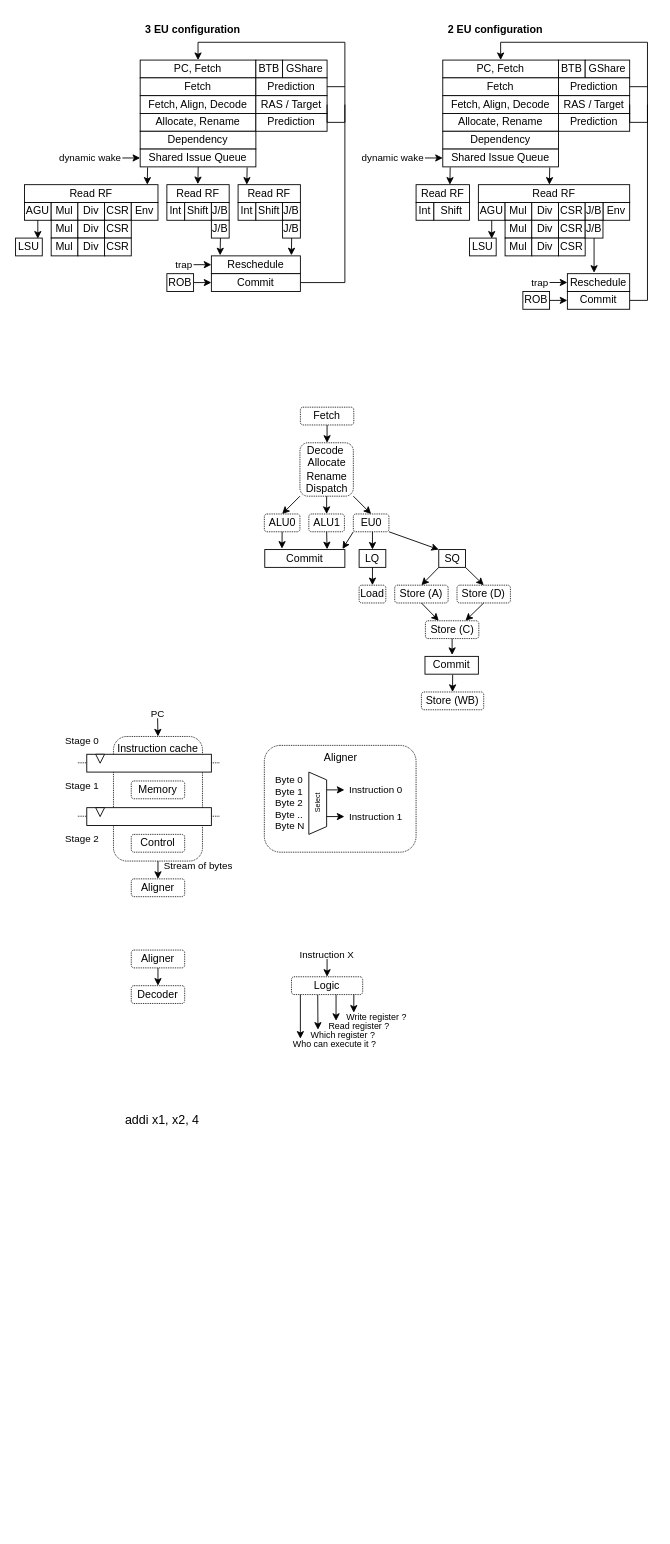
Before: page "General" (1 of 16) of source/asset/miaou.drawio in SpinalHDL/NaxRiscv-Rtd, a draw.io diagram. Source tidied: cells renumbered, new cells numbered last; positions are measured from the earlier drawing's top-left corner, leaving out a move shared by most shapes. Both pictures are drawn from the tidied source at 89%, with x=0, y=0 at pixel (15, 15).
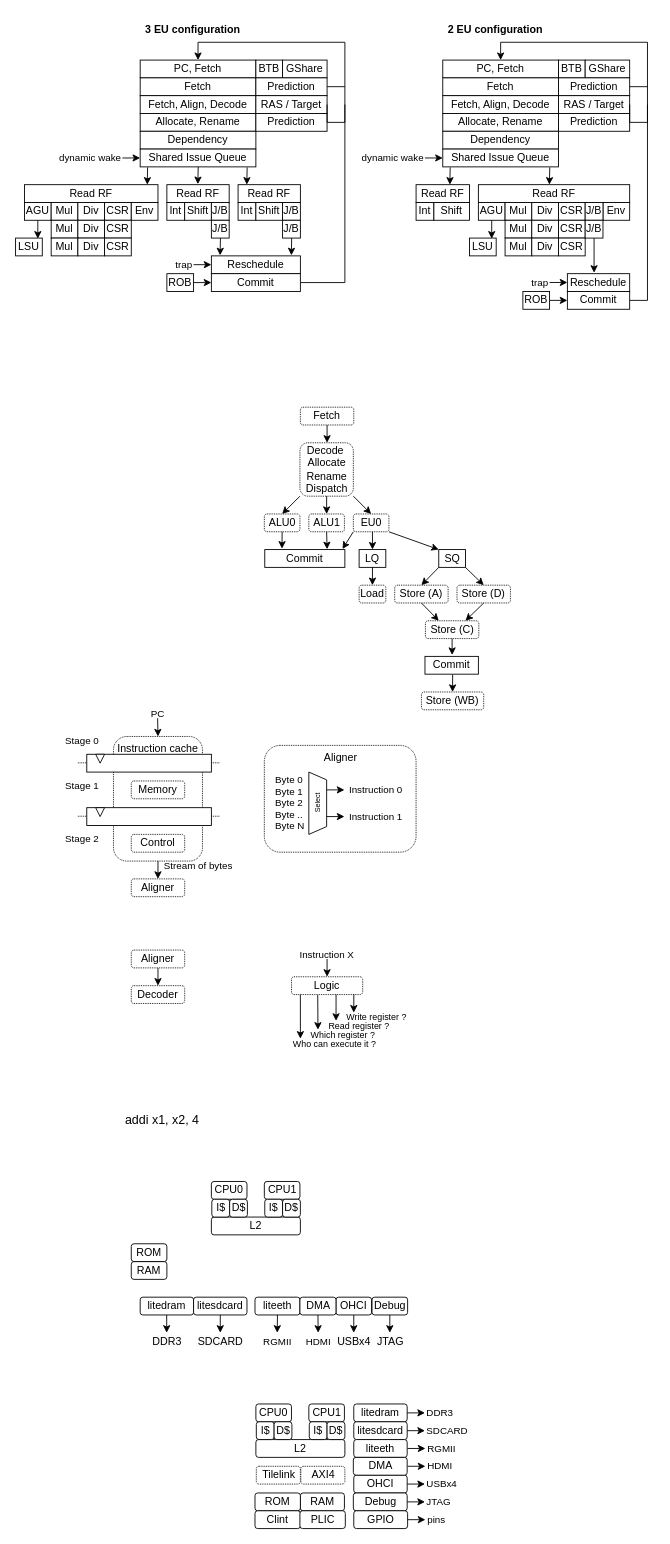
The same diagram, later.

What changed in the source:
```diff
@@
+    <mxCell id="164" value="&lt;span style=&quot;font-size: 12px&quot;&gt;CPU0&lt;/span&gt;" style="rounded=1;whiteSpace=wrap;html=1;fontSize=8;strokeWidth=1;verticalAlign=middle;" parent="1" vertex="1">
+      <mxGeometry x="220" y="1310" width="40" height="20" as="geometry" />
+    </mxCell>
+    <mxCell id="165" value="&lt;span style=&quot;font-size: 12px&quot;&gt;CPU1&lt;/span&gt;" style="rounded=1;whiteSpace=wrap;html=1;fontSize=8;strokeWidth=1;verticalAlign=middle;" parent="1" vertex="1">
+      <mxGeometry x="279.5" y="1310" width="40" height="20" as="geometry" />
+    </mxCell>
+    <mxCell id="166" value="&lt;span style=&quot;font-size: 12px&quot;&gt;L2&lt;/span&gt;" style="rounded=1;whiteSpace=wrap;html=1;fontSize=8;strokeWidth=1;verticalAlign=middle;" parent="1" vertex="1">
+      <mxGeometry x="220" y="1350" width="100" height="20" as="geometry" />
+    </mxCell>
+    <mxCell id="167" value="&lt;span style=&quot;font-size: 12px; background-color: rgb(251, 251, 251);&quot;&gt;DDR3&lt;/span&gt;" style="edgeStyle=orthogonalEdgeStyle;rounded=0;orthogonalLoop=1;jettySize=auto;html=1;" parent="1" edge="1">
+      <mxGeometry x="1" y="10" relative="1" as="geometry">
+        <mxPoint x="169.8" y="1460" as="sourcePoint" />
+        <mxPoint x="169.8" y="1480" as="targetPoint" />
+        <mxPoint x="-10" y="10" as="offset" />
+      </mxGeometry>
+    </mxCell>
+    <mxCell id="168" value="&lt;span style=&quot;font-size: 12px&quot;&gt;litedram&lt;/span&gt;" style="rounded=1;whiteSpace=wrap;html=1;fontSize=8;strokeWidth=1;verticalAlign=middle;" parent="1" vertex="1">
+      <mxGeometry x="140" y="1440" width="60" height="20" as="geometry" />
+    </mxCell>
+    <mxCell id="169" value="&lt;span style=&quot;font-size: 12px&quot;&gt;litesdcard&lt;/span&gt;" style="rounded=1;whiteSpace=wrap;html=1;fontSize=8;strokeWidth=1;verticalAlign=middle;" parent="1" vertex="1">
+      <mxGeometry x="200" y="1440" width="60" height="20" as="geometry" />
+    </mxCell>
+    <mxCell id="170" value="&lt;span style=&quot;color: rgb(0, 0, 0); font-family: Helvetica; font-size: 12px; font-style: normal; font-variant-ligatures: normal; font-variant-caps: normal; font-weight: 400; letter-spacing: normal; orphans: 2; text-align: center; text-indent: 0px; text-transform: none; widows: 2; word-spacing: 0px; -webkit-text-stroke-width: 0px; background-color: rgb(251, 251, 251); text-decoration-thickness: initial; text-decoration-style: initial; text-decoration-color: initial; float: none; display: inline !important;&quot;&gt;USBx4&lt;/span&gt;" style="edgeStyle=orthogonalEdgeStyle;rounded=0;jettySize=auto;html=1;" parent="1" edge="1" source="171">
+      <mxGeometry x="1" y="10" relative="1" as="geometry">
+        <mxPoint x="380" y="1480" as="targetPoint" />
+      </mxGeometry>
+    </mxCell>
+    <mxCell id="171" value="&lt;span style=&quot;font-size: 12px&quot;&gt;OHCI&lt;/span&gt;" style="rounded=1;whiteSpace=wrap;html=1;fontSize=8;strokeWidth=1;verticalAlign=middle;" parent="1" vertex="1">
+      <mxGeometry x="360" y="1440" width="40" height="20" as="geometry" />
+    </mxCell>
+    <mxCell id="172" value="&lt;span style=&quot;font-size: 12px&quot;&gt;liteeth&lt;/span&gt;" style="rounded=1;whiteSpace=wrap;html=1;fontSize=8;strokeWidth=1;verticalAlign=middle;" parent="1" vertex="1">
+      <mxGeometry x="269" y="1440" width="50.5" height="20" as="geometry" />
+    </mxCell>
+    <mxCell id="173" value="&lt;span style=&quot;font-size: 12px; background-color: rgb(251, 251, 251);&quot;&gt;SDCARD&lt;/span&gt;" style="edgeStyle=orthogonalEdgeStyle;rounded=0;jettySize=auto;html=1;exitX=0.5;exitY=1;exitDx=0;exitDy=0;" parent="1" edge="1" source="169">
+      <mxGeometry x="1" y="10" relative="1" as="geometry">
+        <mxPoint x="230" y="1480" as="targetPoint" />
+        <mxPoint x="-10" y="10" as="offset" />
+      </mxGeometry>
+    </mxCell>
+    <mxCell id="174" value="RGMII" style="edgeStyle=orthogonalEdgeStyle;rounded=0;jettySize=auto;html=1;exitX=0.5;exitY=1;exitDx=0;exitDy=0;" parent="1" edge="1" source="172">
+      <mxGeometry x="1" y="10" relative="1" as="geometry">
+        <mxPoint x="294" y="1480" as="targetPoint" />
+        <mxPoint x="-10" y="10" as="offset" />
+      </mxGeometry>
+    </mxCell>
+    <mxCell id="175" value="&lt;span style=&quot;font-size: 12px&quot;&gt;RAM&lt;/span&gt;" style="rounded=1;whiteSpace=wrap;html=1;fontSize=8;strokeWidth=1;verticalAlign=middle;" parent="1" vertex="1">
+      <mxGeometry x="130" y="1400" width="40" height="20" as="geometry" />
+    </mxCell>
+    <mxCell id="176" value="&lt;span style=&quot;font-size: 12px&quot;&gt;ROM&lt;/span&gt;" style="rounded=1;whiteSpace=wrap;html=1;fontSize=8;strokeWidth=1;verticalAlign=middle;" parent="1" vertex="1">
+      <mxGeometry x="130" y="1380" width="40" height="20" as="geometry" />
+    </mxCell>
+    <mxCell id="177" value="&lt;span style=&quot;font-size: 12px&quot;&gt;Debug&lt;/span&gt;" style="rounded=1;whiteSpace=wrap;html=1;fontSize=8;strokeWidth=1;verticalAlign=middle;" parent="1" vertex="1">
+      <mxGeometry x="400.5" y="1440" width="40" height="20" as="geometry" />
+    </mxCell>
+    <mxCell id="178" value="&lt;span style=&quot;color: rgb(0, 0, 0); font-family: Helvetica; font-size: 12px; font-style: normal; font-variant-ligatures: normal; font-variant-caps: normal; font-weight: 400; letter-spacing: normal; orphans: 2; text-align: center; text-indent: 0px; text-transform: none; widows: 2; word-spacing: 0px; -webkit-text-stroke-width: 0px; background-color: rgb(251, 251, 251); text-decoration-thickness: initial; text-decoration-style: initial; text-decoration-color: initial; float: none; display: inline !important;&quot;&gt;JTAG&lt;/span&gt;" style="edgeStyle=orthogonalEdgeStyle;rounded=0;jettySize=auto;html=1;exitX=0.5;exitY=1;exitDx=0;exitDy=0;" parent="1" edge="1" source="177">
+      <mxGeometry x="1" y="10" relative="1" as="geometry">
+        <mxPoint x="420.5" y="1480" as="targetPoint" />
+        <mxPoint x="-10" y="10" as="offset" />
+      </mxGeometry>
+    </mxCell>
+    <mxCell id="179" value="&lt;span style=&quot;font-size: 12px&quot;&gt;DMA&lt;/span&gt;" style="rounded=1;whiteSpace=wrap;html=1;fontSize=8;strokeWidth=1;verticalAlign=middle;" parent="1" vertex="1">
+      <mxGeometry x="319.5" y="1440" width="40.5" height="20" as="geometry" />
+    </mxCell>
+    <mxCell id="180" value="HDMI" style="edgeStyle=orthogonalEdgeStyle;rounded=0;jettySize=auto;html=1;exitX=0.5;exitY=1;exitDx=0;exitDy=0;" parent="1" edge="1" source="179">
+      <mxGeometry x="1" y="10" relative="1" as="geometry">
+        <mxPoint x="340" y="1480" as="targetPoint" />
+        <Array as="points">
+          <mxPoint x="340" y="1460" />
+        </Array>
+        <mxPoint x="-10" y="10" as="offset" />
+      </mxGeometry>
+    </mxCell>
+    <mxCell id="181" value="&lt;span style=&quot;font-size: 12px;&quot;&gt;I$&lt;/span&gt;" style="rounded=1;whiteSpace=wrap;html=1;fontSize=8;strokeWidth=1;verticalAlign=middle;" parent="1" vertex="1">
+      <mxGeometry x="220.5" y="1330" width="20" height="20" as="geometry" />
+    </mxCell>
+    <mxCell id="182" value="&lt;span style=&quot;font-size: 12px;&quot;&gt;D$&lt;/span&gt;" style="rounded=1;whiteSpace=wrap;html=1;fontSize=8;strokeWidth=1;verticalAlign=middle;" parent="1" vertex="1">
+      <mxGeometry x="240.5" y="1330" width="20" height="20" as="geometry" />
+    </mxCell>
+    <mxCell id="183" value="&lt;span style=&quot;font-size: 12px;&quot;&gt;I$&lt;/span&gt;" style="rounded=1;whiteSpace=wrap;html=1;fontSize=8;strokeWidth=1;verticalAlign=middle;" parent="1" vertex="1">
+      <mxGeometry x="280" y="1330" width="20" height="20" as="geometry" />
+    </mxCell>
+    <mxCell id="184" value="&lt;span style=&quot;font-size: 12px;&quot;&gt;D$&lt;/span&gt;" style="rounded=1;whiteSpace=wrap;html=1;fontSize=8;strokeWidth=1;verticalAlign=middle;" parent="1" vertex="1">
+      <mxGeometry x="300" y="1330" width="20" height="20" as="geometry" />
+    </mxCell>
+    <mxCell id="185" value="&lt;span style=&quot;font-size: 12px&quot;&gt;litedram&lt;/span&gt;" style="rounded=1;whiteSpace=wrap;html=1;fontSize=8;strokeWidth=1;verticalAlign=middle;" parent="1" vertex="1">
+      <mxGeometry x="380" y="1560" width="60" height="20" as="geometry" />
+    </mxCell>
+    <mxCell id="186" value="&lt;span style=&quot;font-size: 12px&quot;&gt;litesdcard&lt;/span&gt;" style="rounded=1;whiteSpace=wrap;html=1;fontSize=8;strokeWidth=1;verticalAlign=middle;" parent="1" vertex="1">
+      <mxGeometry x="380" y="1580" width="60" height="20" as="geometry" />
+    </mxCell>
+    <mxCell id="187" value="&lt;span style=&quot;font-size: 12px&quot;&gt;OHCI&lt;/span&gt;" style="rounded=1;whiteSpace=wrap;html=1;fontSize=8;strokeWidth=1;verticalAlign=middle;" parent="1" vertex="1">
+      <mxGeometry x="380" y="1640" width="60" height="20" as="geometry" />
+    </mxCell>
+    <mxCell id="188" value="&lt;span style=&quot;font-size: 12px&quot;&gt;liteeth&lt;/span&gt;" style="rounded=1;whiteSpace=wrap;html=1;fontSize=8;strokeWidth=1;verticalAlign=middle;" parent="1" vertex="1">
+      <mxGeometry x="380" y="1600" width="60" height="20" as="geometry" />
+    </mxCell>
+    <mxCell id="189" value="&lt;span style=&quot;font-size: 12px&quot;&gt;Debug&lt;/span&gt;" style="rounded=1;whiteSpace=wrap;html=1;fontSize=8;strokeWidth=1;verticalAlign=middle;" parent="1" vertex="1">
+      <mxGeometry x="379.5" y="1660" width="60.5" height="20" as="geometry" />
+    </mxCell>
+    <mxCell id="190" value="&lt;span style=&quot;font-size: 12px&quot;&gt;DMA&lt;/span&gt;" style="rounded=1;whiteSpace=wrap;html=1;fontSize=8;strokeWidth=1;verticalAlign=middle;" parent="1" vertex="1">
+      <mxGeometry x="379.5" y="1620" width="60.5" height="20" as="geometry" />
+    </mxCell>
+    <mxCell id="191" value="DDR3" style="edgeStyle=orthogonalEdgeStyle;rounded=0;jettySize=auto;html=1;exitX=1;exitY=0.5;exitDx=0;exitDy=0;align=left;" parent="1" edge="1" source="185">
+      <mxGeometry x="1" relative="1" as="geometry">
+        <mxPoint x="460" y="1570" as="targetPoint" />
+      </mxGeometry>
+    </mxCell>
+    <mxCell id="192" value="SDCARD" style="edgeStyle=orthogonalEdgeStyle;rounded=0;orthogonalLoop=1;jettySize=auto;html=1;exitX=1;exitY=0.5;exitDx=0;exitDy=0;align=left;" parent="1" edge="1">
+      <mxGeometry x="1" relative="1" as="geometry">
+        <mxPoint x="440" y="1590" as="sourcePoint" />
+        <mxPoint x="460" y="1590" as="targetPoint" />
+      </mxGeometry>
+    </mxCell>
+    <mxCell id="193" value="RGMII" style="edgeStyle=orthogonalEdgeStyle;rounded=0;orthogonalLoop=1;jettySize=auto;html=1;exitX=1;exitY=0.5;exitDx=0;exitDy=0;align=left;" parent="1" edge="1">
+      <mxGeometry x="1" relative="1" as="geometry">
+        <mxPoint x="440.5" y="1610" as="sourcePoint" />
+        <mxPoint x="460.5" y="1610" as="targetPoint" />
+      </mxGeometry>
+    </mxCell>
+    <mxCell id="194" value="HDMI" style="edgeStyle=orthogonalEdgeStyle;rounded=0;orthogonalLoop=1;jettySize=auto;html=1;exitX=1;exitY=0.5;exitDx=0;exitDy=0;align=left;" parent="1" edge="1">
+      <mxGeometry x="1" relative="1" as="geometry">
+        <mxPoint x="440.5" y="1630" as="sourcePoint" />
+        <mxPoint x="460.5" y="1630" as="targetPoint" />
+      </mxGeometry>
+    </mxCell>
+    <mxCell id="195" value="USBx4" style="edgeStyle=orthogonalEdgeStyle;rounded=0;orthogonalLoop=1;jettySize=auto;html=1;exitX=1;exitY=0.5;exitDx=0;exitDy=0;align=left;" parent="1" edge="1">
+      <mxGeometry x="1" relative="1" as="geometry">
+        <mxPoint x="440" y="1650" as="sourcePoint" />
+        <mxPoint x="460" y="1650" as="targetPoint" />
+      </mxGeometry>
+    </mxCell>
+    <mxCell id="196" value="JTAG" style="edgeStyle=orthogonalEdgeStyle;rounded=0;orthogonalLoop=1;jettySize=auto;html=1;exitX=1;exitY=0.5;exitDx=0;exitDy=0;align=left;" parent="1" edge="1">
+      <mxGeometry x="1" relative="1" as="geometry">
+        <mxPoint x="440" y="1670" as="sourcePoint" />
+        <mxPoint x="460" y="1670" as="targetPoint" />
+      </mxGeometry>
+    </mxCell>
+    <mxCell id="197" value="&lt;span style=&quot;font-size: 12px&quot;&gt;CPU0&lt;/span&gt;" style="rounded=1;whiteSpace=wrap;html=1;fontSize=8;strokeWidth=1;verticalAlign=middle;" parent="1" vertex="1">
+      <mxGeometry x="270" y="1560" width="40" height="20" as="geometry" />
+    </mxCell>
+    <mxCell id="198" value="&lt;span style=&quot;font-size: 12px&quot;&gt;CPU1&lt;/span&gt;" style="rounded=1;whiteSpace=wrap;html=1;fontSize=8;strokeWidth=1;verticalAlign=middle;" parent="1" vertex="1">
+      <mxGeometry x="329.5" y="1560" width="40" height="20" as="geometry" />
+    </mxCell>
+    <mxCell id="199" value="&lt;span style=&quot;font-size: 12px&quot;&gt;L2&lt;/span&gt;" style="rounded=1;whiteSpace=wrap;html=1;fontSize=8;strokeWidth=1;verticalAlign=middle;" parent="1" vertex="1">
+      <mxGeometry x="270" y="1600" width="100" height="20" as="geometry" />
+    </mxCell>
+    <mxCell id="200" value="&lt;span style=&quot;font-size: 12px;&quot;&gt;I$&lt;/span&gt;" style="rounded=1;whiteSpace=wrap;html=1;fontSize=8;strokeWidth=1;verticalAlign=middle;" parent="1" vertex="1">
+      <mxGeometry x="270.5" y="1580" width="20" height="20" as="geometry" />
+    </mxCell>
+    <mxCell id="201" value="&lt;span style=&quot;font-size: 12px;&quot;&gt;D$&lt;/span&gt;" style="rounded=1;whiteSpace=wrap;html=1;fontSize=8;strokeWidth=1;verticalAlign=middle;" parent="1" vertex="1">
+      <mxGeometry x="290.5" y="1580" width="20" height="20" as="geometry" />
+    </mxCell>
+    <mxCell id="202" value="&lt;span style=&quot;font-size: 12px;&quot;&gt;I$&lt;/span&gt;" style="rounded=1;whiteSpace=wrap;html=1;fontSize=8;strokeWidth=1;verticalAlign=middle;" parent="1" vertex="1">
+      <mxGeometry x="330" y="1580" width="20" height="20" as="geometry" />
+    </mxCell>
+    <mxCell id="203" value="&lt;span style=&quot;font-size: 12px;&quot;&gt;D$&lt;/span&gt;" style="rounded=1;whiteSpace=wrap;html=1;fontSize=8;strokeWidth=1;verticalAlign=middle;" parent="1" vertex="1">
+      <mxGeometry x="350" y="1580" width="20" height="20" as="geometry" />
+    </mxCell>
+    <mxCell id="204" value="&lt;span style=&quot;font-size: 12px&quot;&gt;RAM&lt;/span&gt;" style="rounded=1;whiteSpace=wrap;html=1;fontSize=8;strokeWidth=1;verticalAlign=middle;" parent="1" vertex="1">
+      <mxGeometry x="320" y="1660" width="49.5" height="20" as="geometry" />
+    </mxCell>
+    <mxCell id="205" value="&lt;span style=&quot;font-size: 12px&quot;&gt;ROM&lt;/span&gt;" style="rounded=1;whiteSpace=wrap;html=1;fontSize=8;strokeWidth=1;verticalAlign=middle;" parent="1" vertex="1">
+      <mxGeometry x="269" y="1660" width="51" height="20" as="geometry" />
+    </mxCell>
+    <mxCell id="206" value="&lt;span style=&quot;font-size: 12px&quot;&gt;Tilelink&lt;/span&gt;" style="rounded=1;whiteSpace=wrap;html=1;fontSize=8;strokeWidth=1;dashed=1;dashPattern=1 1;verticalAlign=middle;" parent="1" vertex="1">
+      <mxGeometry x="270.5" y="1630" width="49.5" height="20" as="geometry" />
+    </mxCell>
+    <mxCell id="207" value="&lt;span style=&quot;font-size: 12px&quot;&gt;AXI4&lt;/span&gt;" style="rounded=1;whiteSpace=wrap;html=1;fontSize=8;strokeWidth=1;dashed=1;dashPattern=1 1;verticalAlign=middle;" parent="1" vertex="1">
+      <mxGeometry x="320.5" y="1630" width="49.5" height="20" as="geometry" />
+    </mxCell>
+    <mxCell id="208" value="&lt;span style=&quot;font-size: 12px&quot;&gt;Clint&lt;/span&gt;" style="rounded=1;whiteSpace=wrap;html=1;fontSize=8;strokeWidth=1;verticalAlign=middle;" parent="1" vertex="1">
+      <mxGeometry x="269" y="1680" width="51" height="20" as="geometry" />
+    </mxCell>
+    <mxCell id="209" value="&lt;span style=&quot;font-size: 12px&quot;&gt;PLIC&lt;/span&gt;" style="rounded=1;whiteSpace=wrap;html=1;fontSize=8;strokeWidth=1;verticalAlign=middle;" parent="1" vertex="1">
+      <mxGeometry x="319.5" y="1680" width="51" height="20" as="geometry" />
+    </mxCell>
+    <mxCell id="210" value="&lt;span style=&quot;font-size: 12px&quot;&gt;GPIO&lt;/span&gt;" style="rounded=1;whiteSpace=wrap;html=1;fontSize=8;strokeWidth=1;verticalAlign=middle;" parent="1" vertex="1">
+      <mxGeometry x="380" y="1680" width="60.5" height="20" as="geometry" />
+    </mxCell>
+    <mxCell id="211" value="pins" style="edgeStyle=orthogonalEdgeStyle;rounded=0;orthogonalLoop=1;jettySize=auto;html=1;exitX=1;exitY=0.5;exitDx=0;exitDy=0;align=left;" parent="1" edge="1">
+      <mxGeometry x="1" relative="1" as="geometry">
+        <mxPoint x="440.5" y="1690" as="sourcePoint" />
+        <mxPoint x="460.5" y="1690" as="targetPoint" />
+      </mxGeometry>
+    </mxCell>
```
